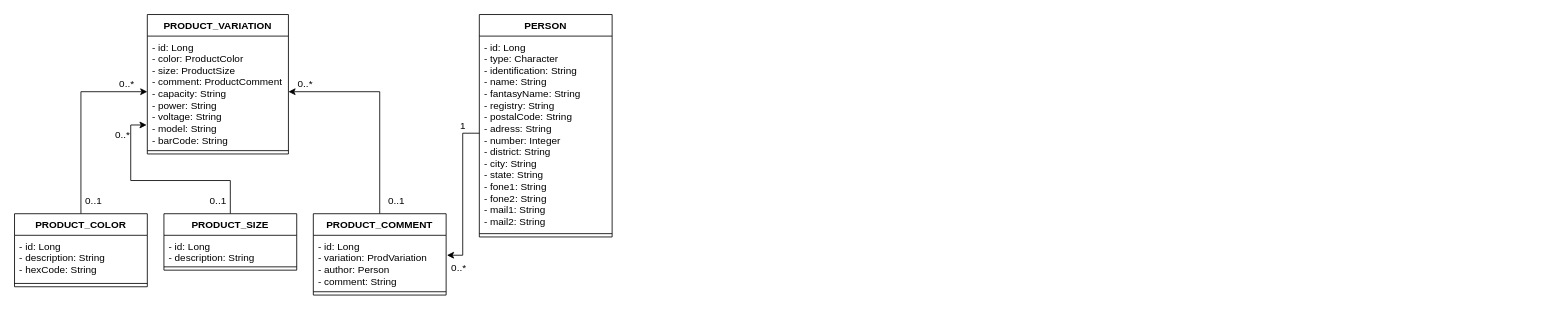
Before: ecommerce/backend/product.drawio in augustocesarsousa/draw-io, a draw.io diagram. Source tidied: cells renumbered, new cells numbered last; positions are measured from the earlier drawing's top-left corner, leaving out a move shared by most shapes. Both pictures are drawn from the tidied source at 83%, with x=0, y=0 at pixel (14, 14).
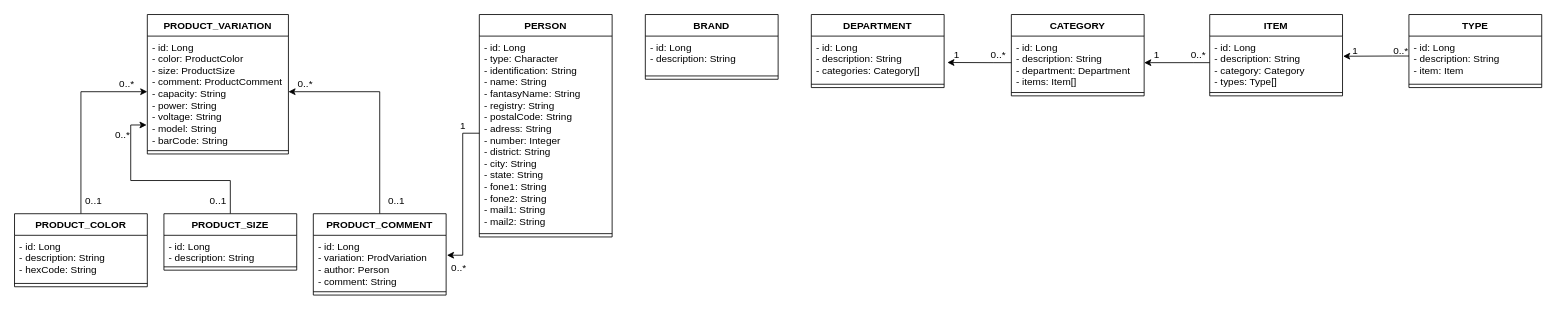
Above is the later version.

Commit message:
Adicionado entidades Departamento, Categoria, Item e Tipo

Diff of the diagram source:
```diff
@@
+    <mxCell id="29" value="BRAND" style="swimlane;fontStyle=1;align=center;verticalAlign=top;horizontal=1;startSize=26;" parent="1" vertex="1">
+      <mxGeometry x="760" width="160" height="78" as="geometry" />
+    </mxCell>
+    <mxCell id="30" value="- id: Long&#10;- description: String" style="text;strokeColor=none;fillColor=none;align=left;verticalAlign=top;spacingLeft=4;spacingRight=4;overflow=hidden;" parent="29" vertex="1">
+      <mxGeometry y="26" width="160" height="44" as="geometry" />
+    </mxCell>
+    <mxCell id="31" style="line;strokeWidth=1;fillColor=none;align=left;verticalAlign=middle;spacingTop=-1;spacingLeft=3;spacingRight=3;labelPosition=right;strokeColor=inherit;" parent="29" vertex="1">
+      <mxGeometry y="70" width="160" height="8" as="geometry" />
+    </mxCell>
+    <mxCell id="32" value="DEPARTMENT" style="swimlane;fontStyle=1;align=center;verticalAlign=top;horizontal=1;startSize=26;" parent="1" vertex="1">
+      <mxGeometry x="960" width="160" height="88" as="geometry" />
+    </mxCell>
+    <mxCell id="33" value="- id: Long&#10;- description: String&#10;- categories: Category[]" style="text;strokeColor=none;fillColor=none;align=left;verticalAlign=top;spacingLeft=4;spacingRight=4;overflow=hidden;points=[[0,0.5],[1,0.5]];portConstraint=eastwest;" parent="32" vertex="1">
+      <mxGeometry y="26" width="160" height="54" as="geometry" />
+    </mxCell>
+    <mxCell id="34" style="line;strokeWidth=1;fillColor=none;align=left;verticalAlign=middle;spacingTop=-1;spacingLeft=3;spacingRight=3;labelPosition=right;strokeColor=inherit;" parent="32" vertex="1">
+      <mxGeometry y="80" width="160" height="8" as="geometry" />
+    </mxCell>
+    <mxCell id="35" value="CATEGORY" style="swimlane;fontStyle=1;align=center;verticalAlign=top;horizontal=1;startSize=26;" parent="1" vertex="1">
+      <mxGeometry x="1201" width="160" height="98" as="geometry" />
+    </mxCell>
+    <mxCell id="36" value="- id: Long&#10;- description: String&#10;- department: Department&#10;- items: Item[]" style="text;strokeColor=none;fillColor=none;align=left;verticalAlign=top;spacingLeft=4;spacingRight=4;overflow=hidden;points=[[0,0.5],[1,0.5]];portConstraint=eastwest;" parent="35" vertex="1">
+      <mxGeometry y="26" width="160" height="64" as="geometry" />
+    </mxCell>
+    <mxCell id="37" style="line;strokeWidth=1;fillColor=none;align=left;verticalAlign=middle;spacingTop=-1;spacingLeft=3;spacingRight=3;labelPosition=right;strokeColor=inherit;" parent="35" vertex="1">
+      <mxGeometry y="90" width="160" height="8" as="geometry" />
+    </mxCell>
+    <mxCell id="38" value="ITEM" style="swimlane;fontStyle=1;align=center;verticalAlign=top;horizontal=1;startSize=26;" parent="1" vertex="1">
+      <mxGeometry x="1440" width="160" height="98" as="geometry" />
+    </mxCell>
+    <mxCell id="39" value="- id: Long&#10;- description: String&#10;- category: Category&#10;- types: Type[]" style="text;strokeColor=none;fillColor=none;align=left;verticalAlign=top;spacingLeft=4;spacingRight=4;overflow=hidden;points=[[0,0.5],[1,0.5]];portConstraint=eastwest;" parent="38" vertex="1">
+      <mxGeometry y="26" width="160" height="64" as="geometry" />
+    </mxCell>
+    <mxCell id="40" style="line;strokeWidth=1;fillColor=none;align=left;verticalAlign=middle;spacingTop=-1;spacingLeft=3;spacingRight=3;labelPosition=right;strokeColor=inherit;" parent="38" vertex="1">
+      <mxGeometry y="90" width="160" height="8" as="geometry" />
+    </mxCell>
+    <mxCell id="41" value="TYPE" style="swimlane;fontStyle=1;align=center;verticalAlign=top;horizontal=1;startSize=26;" parent="1" vertex="1">
+      <mxGeometry x="1680" width="160" height="88" as="geometry" />
+    </mxCell>
+    <mxCell id="42" value="- id: Long&#10;- description: String&#10;- item: Item" style="text;strokeColor=none;fillColor=none;align=left;verticalAlign=top;spacingLeft=4;spacingRight=4;overflow=hidden;points=[[0,0.5],[1,0.5]];portConstraint=eastwest;" parent="41" vertex="1">
+      <mxGeometry y="26" width="160" height="54" as="geometry" />
+    </mxCell>
+    <mxCell id="43" style="line;strokeWidth=1;fillColor=none;align=left;verticalAlign=middle;spacingTop=-1;spacingLeft=3;spacingRight=3;labelPosition=right;strokeColor=inherit;" parent="41" vertex="1">
+      <mxGeometry y="80" width="160" height="8" as="geometry" />
+    </mxCell>
+    <mxCell id="44" style="edgeStyle=orthogonalEdgeStyle;rounded=0;jettySize=auto;html=1;entryX=1.004;entryY=0.379;entryDx=0;entryDy=0;entryPerimeter=0;" parent="1" edge="1" source="42" target="39">
+      <mxGeometry relative="1" as="geometry">
+        <Array as="points">
+          <mxPoint x="1660" y="50" />
+          <mxPoint x="1660" y="50" />
+        </Array>
+      </mxGeometry>
+    </mxCell>
+    <mxCell id="45" value="0..*" style="text;html=1;align=center;verticalAlign=middle;strokeColor=none;fillColor=none;" parent="1" vertex="1">
+      <mxGeometry x="1650" y="29" width="40" height="30" as="geometry" />
+    </mxCell>
+    <mxCell id="46" value="1" style="text;html=1;align=center;verticalAlign=middle;strokeColor=none;fillColor=none;" parent="1" vertex="1">
+      <mxGeometry x="1600" y="29" width="30" height="30" as="geometry" />
+    </mxCell>
+    <mxCell id="47" style="edgeStyle=orthogonalEdgeStyle;rounded=0;jettySize=auto;html=1;entryX=1;entryY=0.5;entryDx=0;entryDy=0;" parent="1" edge="1" source="39" target="36">
+      <mxGeometry relative="1" as="geometry">
+        <Array as="points">
+          <mxPoint x="1420" y="58" />
+          <mxPoint x="1420" y="58" />
+        </Array>
+      </mxGeometry>
+    </mxCell>
+    <mxCell id="48" value="0..*" style="text;html=1;align=center;verticalAlign=middle;strokeColor=none;fillColor=none;" parent="1" vertex="1">
+      <mxGeometry x="1406" y="34" width="40" height="30" as="geometry" />
+    </mxCell>
+    <mxCell id="49" value="1" style="text;html=1;align=center;verticalAlign=middle;strokeColor=none;fillColor=none;" parent="1" vertex="1">
+      <mxGeometry x="1361" y="34" width="30" height="30" as="geometry" />
+    </mxCell>
+    <mxCell id="50" style="edgeStyle=orthogonalEdgeStyle;rounded=0;jettySize=auto;html=1;entryX=1.024;entryY=0.589;entryDx=0;entryDy=0;entryPerimeter=0;" parent="1" edge="1" source="36" target="33">
+      <mxGeometry relative="1" as="geometry">
+        <Array as="points">
+          <mxPoint x="1180" y="58" />
+          <mxPoint x="1180" y="58" />
+        </Array>
+      </mxGeometry>
+    </mxCell>
+    <mxCell id="51" value="0..*" style="text;html=1;align=center;verticalAlign=middle;strokeColor=none;fillColor=none;" parent="1" vertex="1">
+      <mxGeometry x="1165" y="34" width="40" height="30" as="geometry" />
+    </mxCell>
+    <mxCell id="52" value="1" style="text;html=1;align=center;verticalAlign=middle;strokeColor=none;fillColor=none;" parent="1" vertex="1">
+      <mxGeometry x="1120" y="34" width="30" height="30" as="geometry" />
+    </mxCell>
```
